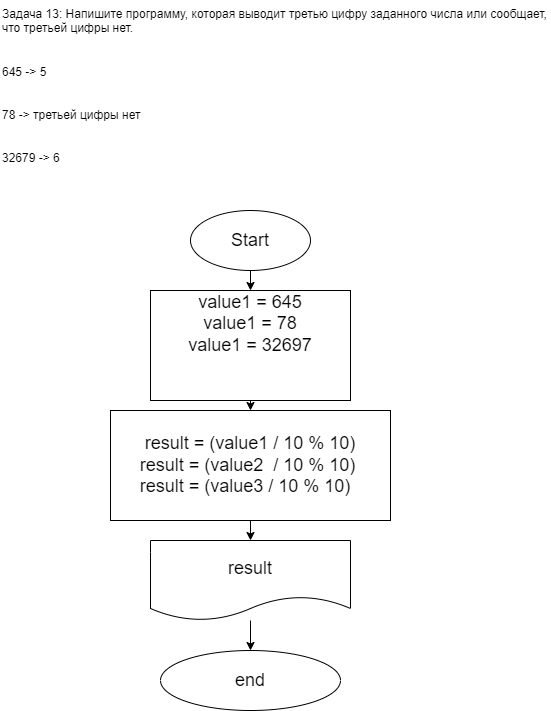
Above: HomeWork02/Ex02/Ex02.drawio.png in NeoAdd/TestRepo13072022 (draw.io), before the change. Source tidied: cells renumbered, new cells last; positions are measured from the earlier drawing's top-left corner, leaving out a move shared by most shapes. Its diagram source:
```xml
<mxGraphModel>
  <root>
    <mxCell id="0" />
    <mxCell id="1" parent="0" />
    <mxCell id="2" value="Задача 13: Напишите программу, которая выводит третью цифру заданного числа или сообщает, что третьей цифры нет.&#10;&#10;&#10;645 -&gt; 5&#10;&#10;&#10;78 -&gt; третьей цифры нет&#10;&#10;&#10;32679 -&gt; 6" style="text;whiteSpace=wrap;html=1;" parent="1" vertex="1">
      <mxGeometry width="550" height="170" as="geometry" />
    </mxCell>
    <mxCell id="3" style="edgeStyle=none;html=1;fontSize=18;" parent="1" edge="1" source="4" target="6">
      <mxGeometry relative="1" as="geometry" />
    </mxCell>
    <mxCell id="4" value="Start" style="ellipse;whiteSpace=wrap;html=1;fontSize=18;" parent="1" vertex="1">
      <mxGeometry x="190" y="210" width="120" height="60" as="geometry" />
    </mxCell>
    <mxCell id="5" style="edgeStyle=none;html=1;fontSize=18;" parent="1" edge="1" source="6" target="8">
      <mxGeometry relative="1" as="geometry" />
    </mxCell>
    <mxCell id="6" value="value1 = 645&lt;br&gt;value1 = 78&lt;br&gt;value1 = 32697&lt;span style=&quot;color: rgba(0 , 0 , 0 , 0) ; font-family: monospace ; font-size: 0px&quot;&gt;odel%3E%3Croot%3E%3CmxCell%20id%3D%220%22%2F%3E%3CmxCell%20id%3D%221%22%20parent%3D%220%22%2F%3E%3CmxCell%20id%3D%222%22%20value%3D%22%22%20style%3D%22edgeStyle%3Dnone%3Bhtml%3D1%3BfontSize%3D18%3B%22%20edge%3D%221%22%20source%3D%223%22%20target%3D%225%22%20parent%3D%221%22%3E%3CmxGeometry%20relative%3D%221%22%20as%3D%22geometry%22%2F%3E%3C%2FmxCell%3E%3CmxCell%20id%3D%223%22%20value%3D%22Start%22%20style%3D%22ellipse%3BwhiteSpace%3Dwrap%3Bhtml%3D1%3BfontSize%3D18%3B%22%20vertex%3D%221%22%20parent%3D%221%22%3E%3CmxGeometry%20x%3D%22140%22%20y%3D%2210%22%20width%3D%22120%22%20height%3D%2260%22%20as%3D%22geometry%22%2F%3E%3C%2FmxCell%3E%3CmxCell%20id%3D%224%22%20value%3D%22%22%20style%3D%22edgeStyle%3Dnone%3Bhtml%3D1%3BfontSize%3D18%3B%22%20edge%3D%221%22%20source%3D%225%22%20target%3D%227%22%20parent%3D%221%22%3E%3CmxGeometry%20relative%3D%221%22%20as%3D%22geometry%22%2F%3E%3C%2FmxCell%3E%3CmxCell%20id%3D%225%22%20value%3D%22value%20%3D%2010%22%20style%3D%22whiteSpace%3Dwrap%3Bhtml%3D1%3BfontSize%3D18%3B%22%20vertex%3D%221%22%20parent%3D%221%22%3E%3CmxGeometry%20x%3D%22100%22%20y%3D%2290%22%20width%3D%22200%22%20height%3D%2240%22%20as%3D%22geometry%22%2F%3E%3C%2FmxCell%3E%3CmxCell%20id%3D%226%22%20value%3D%22%22%20style%3D%22edgeStyle%3Dnone%3Bhtml%3D1%3BfontSize%3D18%3B%22%20edge%3D%221%22%20source%3D%227%22%20target%3D%229%22%20parent%3D%221%22%3E%3CmxGeometry%20relative%3D%221%22%20as%3D%22geometry%22%2F%3E%3C%2FmxCell%3E%3CmxCell%20id%3D%227%22%20value%3D%22result%20%3D%26lt%3Bbr%26gt%3Bvalue%20*%20value%26amp%3Bnbsp%3B%22%20style%3D%22whiteSpace%3Dwrap%3Bhtml%3D1%3BfontSize%3D18%3B%22%20vertex%3D%221%22%20parent%3D%221%22%3E%3CmxGeometry%20x%3D%22100%22%20y%3D%22150%22%20width%3D%22200%22%20height%3D%2260%22%20as%3D%22geometry%22%2F%3E%3C%2FmxCell%3E%3CmxCell%20id%3D%228%22%20value%3D%22%22%20style%3D%22edgeStyle%3Dnone%3Bhtml%3D1%3BfontSize%3D18%3B%22%20edge%3D%221%22%20source%3D%229%22%20target%3D%2210%22%20parent%3D%221%22%3E%3CmxGeometry%20relative%3D%221%22%20as%3D%22geometry%22%2F%3E%3C%2FmxCell%3E%3CmxCell%20id%3D%229%22%20value%3D%22result%22%20style%3D%22shape%3Ddocument%3BwhiteSpace%3Dwrap%3Bhtml%3D1%3BboundedLbl%3D1%3BfontSize%3D18%3B%22%20vertex%3D%221%22%20parent%3D%221%22%3E%3CmxGeometry%20x%3D%22100%22%20y%3D%22230%22%20width%3D%22200%22%20height%3D%2280%22%20as%3D%22geometry%22%2F%3E%3C%2FmxCell%3E%3CmxCell%20id%3D%2210%22%20value%3D%22end%22%20style%3D%22ellipse%3BwhiteSpace%3Dwrap%3Bhtml%3D1%3BfontSize%3D18%3B%22%20vertex%3D%221%22%20parent%3D%221%22%3E%3CmxGeometry%20x%3D%22110%22%20y%3D%22340%22%20width%3D%22180%22%20height%3D%2260%22%20as%3D%22geometry%22%2F%3E%3C%2FmxCell%3E%3C%2Froot%3E%3C%2FmxGraphModel%3E&lt;/span&gt;&lt;br&gt;&lt;span style=&quot;color: rgba(0 , 0 , 0 , 0) ; font-family: monospace ; font-size: 0px&quot;&gt;%3CmxGraphModel%3E%3Croot%3E%3CmxCell%20id%3D%220%22%2F%3E%3CmxCell%20id%3D%221%22%20parent%3D%220%22%2F%3E%3CmxCell%20id%3D%222%22%20value%3D%22%22%20style%3D%22edgeStyle%3Dnone%3Bhtml%3D1%3BfontSize%3D18%3B%22%20edge%3D%221%22%20source%3D%223%22%20target%3D%225%22%20parent%3D%221%22%3E%3CmxGeometry%20relative%3D%221%22%20as%3D%22geometry%22%2F%3E%3C%2FmxCell%3E%3CmxCell%20id%3D%223%22%20value%3D%22Start%22%20style%3D%22ellipse%3BwhiteSpace%3Dwrap%3Bhtml%3D1%3BfontSize%3D18%3B%22%20vertex%3D%221%22%20parent%3D%221%22%3E%3CmxGeometry%20x%3D%22140%22%20y%3D%2210%22%20width%3D%22120%22%20height%3D%2260%22%20as%3D%22geometry%22%2F%3E%3C%2FmxCell%3E%3CmxCell%20id%3D%224%22%20value%3D%22%22%20style%3D%22edgeStyle%3Dnone%3Bhtml%3D1%3BfontSize%3D18%3B%22%20edge%3D%221%22%20source%3D%225%22%20target%3D%227%22%20parent%3D%221%22%3E%3CmxGeometry%20relative%3D%221%22%20as%3D%22geometry%22%2F%3E%3C%2FmxCell%3E%3CmxCell%20id%3D%225%22%20value%3D%22value%20%3D%2010%22%20style%3D%22whiteSpace%3Dwrap%3Bhtml%3D1%3BfontSize%3D18%3B%22%20vertex%3D%221%22%20parent%3D%221%22%3E%3CmxGeometry%20x%3D%22100%22%20y%3D%2290%22%20width%3D%22200%22%20height%3D%2240%22%20as%3D%22geometry%22%2F%3E%3C%2FmxCell%3E%3CmxCell%20id%3D%226%22%20value%3D%22%22%20style%3D%22edgeStyle%3Dnone%3Bhtml%3D1%3BfontSize%3D18%3B%22%20edge%3D%221%22%20source%3D%227%22%20target%3D%229%22%20parent%3D%221%22%3E%3CmxGeometry%20relative%3D%221%22%20as%3D%22geometry%22%2F%3E%3C%2FmxCell%3E%3CmxCell%20id%3D%227%22%20value%3D%22result%20%3D%26lt%3Bbr%26gt%3Bvalue%20*%20value%26amp%3Bnbsp%3B%22%20style%3D%22whiteSpace%3Dwrap%3Bhtml%3D1%3BfontSize%3D18%3B%22%20vertex%3D%221%22%20parent%3D%221%22%3E%3CmxGeometry%20x%3D%22100%22%20y%3D%22150%22%20width%3D%22200%22%20height%3D%2260%22%20as%3D%22geometry%22%2F%3E%3C%2FmxCell%3E%3CmxCell%20id%3D%228%22%20value%3D%22%22%20style%3D%22edgeStyle%3Dnone%3Bhtml%3D1%3BfontSize%3D18%3B%22%20edge%3D%221%22%20source%3D%229%22%20target%3D%2210%22%20parent%3D%221%22%3E%3CmxGeometry%20relative%3D%221%22%20as%3D%22geometry%22%2F%3E%3C%2FmxCell%3E%3CmxCell%20id%3D%229%22%20value%3D%22result%22%20style%3D%22shape%3Ddocument%3BwhiteSpace%3Dwrap%3Bhtml%3D1%3BboundedLbl%3D1%3BfontSize%3D18%3B%22%20vertex%3D%221%22%20parent%3D%221%22%3E%3CmxGeometry%20x%3D%22100%22%20y%3D%22230%22%20width%3D%22200%22%20height%3D%2280%22%20as%3D%22geometry%22%2F%3E%3C%2FmxCell%3E%3CmxCell%20id%3D%2210%22%20value%3D%22end%22%20style%3D%22ellipse%3BwhiteSpace%3Dwrap%3Bhtml%3D1%3BfontSize%3D18%3B%22%20vertex%3D%221%22%20parent%3D%221%22%3E%3CmxGeometry%20x%3D%22110%22%20y%3D%22340%22%20width%3D%22180%22%20height%3D%2260%22%20as%3D%22geometry%22%2F%3E%3C%2FmxCell%3E%3C%2Froot%3E%3C%2FmxGraphModel%3E&lt;/span&gt;&lt;br&gt;&lt;span style=&quot;color: rgba(0 , 0 , 0 , 0) ; font-family: monospace ; font-size: 0px&quot;&gt;%3CmxGraphModel%3E%3Croot%3E%3CmxCell%20id%3D%220%22%2F%3E%3CmxCell%20id%3D%221%22%20parent%3D%220%22%2F%3E%3CmxCell%20id%3D%222%22%20value%3D%22%22%20style%3D%22edgeStyle%3Dnone%3Bhtml%3D1%3BfontSize%3D18%3B%22%20edge%3D%221%22%20source%3D%223%22%20target%3D%225%22%20parent%3D%221%22%3E%3CmxGeometry%20relative%3D%221%22%20as%3D%22geometry%22%2F%3E%3C%2FmxCell%3E%3CmxCell%20id%3D%223%22%20value%3D%22Start%22%20style%3D%22ellipse%3BwhiteSpace%3Dwrap%3Bhtml%3D1%3BfontSize%3D18%3B%22%20vertex%3D%221%22%20parent%3D%221%22%3E%3CmxGeometry%20x%3D%22140%22%20y%3D%2210%22%20width%3D%22120%22%20height%3D%2260%22%20as%3D%22geometry%22%2F%3E%3C%2FmxCell%3E%3CmxCell%20id%3D%224%22%20value%3D%22%22%20style%3D%22edgeStyle%3Dnone%3Bhtml%3D1%3BfontSize%3D18%3B%22%20edge%3D%221%22%20source%3D%225%22%20target%3D%227%22%20parent%3D%221%22%3E%3CmxGeometry%20relative%3D%221%22%20as%3D%22geometry%22%2F%3E%3C%2FmxCell%3E%3CmxCell%20id%3D%225%22%20value%3D%22value%20%3D%2010%22%20style%3D%22whiteSpace%3Dwrap%3Bhtml%3D1%3BfontSize%3D18%3B%22%20vertex%3D%221%22%20parent%3D%221%22%3E%3CmxGeometry%20x%3D%22100%22%20y%3D%2290%22%20width%3D%22200%22%20height%3D%2240%22%20as%3D%22geometry%22%2F%3E%3C%2FmxCell%3E%3CmxCell%20id%3D%226%22%20value%3D%22%22%20style%3D%22edgeStyle%3Dnone%3Bhtml%3D1%3BfontSize%3D18%3B%22%20edge%3D%221%22%20source%3D%227%22%20target%3D%229%22%20parent%3D%221%22%3E%3CmxGeometry%20relative%3D%221%22%20as%3D%22geometry%22%2F%3E%3C%2FmxCell%3E%3CmxCell%20id%3D%227%22%20value%3D%22result%20%3D%26lt%3Bbr%26gt%3Bvalue%20*%20value%26amp%3Bnbsp%3B%22%20style%3D%22whiteSpace%3Dwrap%3Bhtml%3D1%3BfontSize%3D18%3B%22%20vertex%3D%221%22%20parent%3D%221%22%3E%3CmxGeometry%20x%3D%22100%22%20y%3D%22150%22%20width%3D%22200%22%20height%3D%2260%22%20as%3D%22geometry%22%2F%3E%3C%2FmxCell%3E%3CmxCell%20id%3D%228%22%20value%3D%22%22%20style%3D%22edgeStyle%3Dnone%3Bhtml%3D1%3BfontSize%3D18%3B%22%20edge%3D%221%22%20source%3D%229%22%20target%3D%2210%22%20parent%3D%221%22%3E%3CmxGeometry%20relative%3D%221%22%20as%3D%22geometry%22%2F%3E%3C%2FmxCell%3E%3CmxCell%20id%3D%229%22%20value%3D%22result%22%20style%3D%22shape%3Ddocument%3BwhiteSpace%3Dwrap%3Bhtml%3D1%3BboundedLbl%3D1%3BfontSize%3D18%3B%22%20vertex%3D%221%22%20parent%3D%221%22%3E%3CmxGeometry%20x%3D%22100%22%20y%3D%22230%22%20width%3D%22200%22%20height%3D%2280%22%20as%3D%22geometry%22%2F%3E%3C%2FmxCell%3E%3CmxCell%20id%3D%2210%22%20value%3D%22end%22%20style%3D%22ellipse%3BwhiteSpace%3Dwrap%3Bhtml%3D1%3BfontSize%3D18%3B%22%20vertex%3D%221%22%20parent%3D%221%22%3E%3CmxGeometry%20x%3D%22110%22%20y%3D%22340%22%20width%3D%22180%22%20height%3D%2260%22%20as%3D%22geometry%22%2F%3E%3C%2FmxCell%3E%3C%2Froot%3E%3C%2FmxGraphModel%3E&lt;/span&gt;" style="whiteSpace=wrap;html=1;fontSize=18;" parent="1" vertex="1">
      <mxGeometry x="150" y="290" width="200" height="110" as="geometry" />
    </mxCell>
    <mxCell id="7" style="edgeStyle=none;html=1;fontSize=18;" parent="1" edge="1" source="8" target="10">
      <mxGeometry relative="1" as="geometry" />
    </mxCell>
    <mxCell id="8" value="result = (value1 / 10 % 10)&lt;br&gt;result = (value2&amp;nbsp; / 10 % 10)&amp;nbsp;&lt;br&gt;result = (value3 / 10 % 10)&amp;nbsp;&amp;nbsp;" style="whiteSpace=wrap;html=1;fontSize=18;" parent="1" vertex="1">
      <mxGeometry x="110" y="410" width="280" height="110" as="geometry" />
    </mxCell>
    <mxCell id="9" style="edgeStyle=none;html=1;fontSize=18;" parent="1" edge="1" source="10" target="11">
      <mxGeometry relative="1" as="geometry" />
    </mxCell>
    <mxCell id="10" value="result" style="shape=document;whiteSpace=wrap;html=1;boundedLbl=1;fontSize=18;" parent="1" vertex="1">
      <mxGeometry x="150" y="540" width="200" height="80" as="geometry" />
    </mxCell>
    <mxCell id="11" value="end" style="ellipse;whiteSpace=wrap;html=1;fontSize=18;" parent="1" vertex="1">
      <mxGeometry x="160" y="650" width="180" height="60" as="geometry" />
    </mxCell>
  </root>
</mxGraphModel>
```
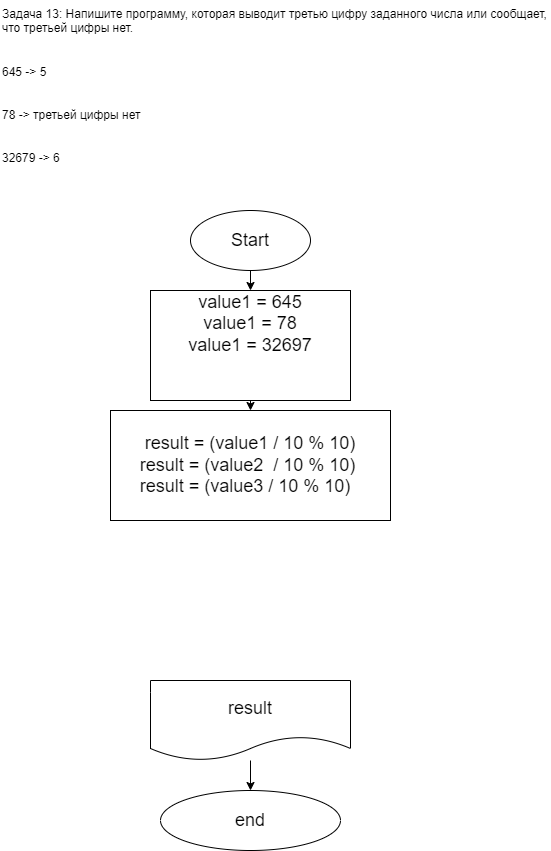
After the commit.

Diff of the diagram source:
```diff
@@ -17,9 +17,6 @@
     <mxCell id="6" value="value1 = 645&lt;br&gt;value1 = 78&lt;br&gt;value1 = 32697&lt;span style=&quot;color: rgba(0 , 0 , 0 , 0) ; font-family: monospace ; font-size: 0px&quot;&gt;odel%3E%3Croot%3E%3CmxCell%20id%3D%220%22%2F%3E%3CmxCell%20id%3D%221%22%20parent%3D%220%22%2F%3E%3CmxCell%20id%3D%222%22%20value%3D%22%22%20style%3D%22edgeStyle%3Dnone%3Bhtml%3D1%3BfontSize%3D18%3B%22%20edge%3D%221%22%20source%3D%223%22%20target%3D%225%22%20parent%3D%221%22%3E%3CmxGeometry%20relative%3D%221%22%20as%3D%22geometry%22%2F%3E%3C%2FmxCell%3E%3CmxCell%20id%3D%223%22%20value%3D%22Start%22%20style%3D%22ellipse%3BwhiteSpace%3Dwrap%3Bhtml%3D1%3BfontSize%3D18%3B%22%20vertex%3D%221%22%20parent%3D%221%22%3E%3CmxGeometry%20x%3D%22140%22%20y%3D%2210%22%20width%3D%22120%22%20height%3D%2260%22%20as%3D%22geometry%22%2F%3E%3C%2FmxCell%3E%3CmxCell%20id%3D%224%22%20value%3D%22%22%20style%3D%22edgeStyle%3Dnone%3Bhtml%3D1%3BfontSize%3D18%3B%22%20edge%3D%221%22%20source%3D%225%22%20target%3D%227%22%20parent%3D%221%22%3E%3CmxGeometry%20relative%3D%221%22%20as%3D%22geometry%22%2F%3E%3C%2FmxCell%3E%3CmxCell%20id%3D%225%22%20value%3D%22value%20%3D%2010%22%20style%3D%22whiteSpace%3Dwrap%3Bhtml%3D1%3BfontSize%3D18%3B%22%20vertex%3D%221%22%20parent%3D%221%22%3E%3CmxGeometry%20x%3D%22100%22%20y%3D%2290%22%20width%3D%22200%22%20height%3D%2240%22%20as%3D%22geometry%22%2F%3E%3C%2FmxCell%3E%3CmxCell%20id%3D%226%22%20value%3D%22%22%20style%3D%22edgeStyle%3Dnone%3Bhtml%3D1%3BfontSize%3D18%3B%22%20edge%3D%221%22%20source%3D%227%22%20target%3D%229%22%20parent%3D%221%22%3E%3CmxGeometry%20relative%3D%221%22%20as%3D%22geometry%22%2F%3E%3C%2FmxCell%3E%3CmxCell%20id%3D%227%22%20value%3D%22result%20%3D%26lt%3Bbr%26gt%3Bvalue%20*%20value%26amp%3Bnbsp%3B%22%20style%3D%22whiteSpace%3Dwrap%3Bhtml%3D1%3BfontSize%3D18%3B%22%20vertex%3D%221%22%20parent%3D%221%22%3E%3CmxGeometry%20x%3D%22100%22%20y%3D%22150%22%20width%3D%22200%22%20height%3D%2260%22%20as%3D%22geometry%22%2F%3E%3C%2FmxCell%3E%3CmxCell%20id%3D%228%22%20value%3D%22%22%20style%3D%22edgeStyle%3Dnone%3Bhtml%3D1%3BfontSize%3D18%3B%22%20edge%3D%221%22%20source%3D%229%22%20target%3D%2210%22%20parent%3D%221%22%3E%3CmxGeometry%20relative%3D%221%22%20as%3D%22geometry%22%2F%3E%3C%2FmxCell%3E%3CmxCell%20id%3D%229%22%20value%3D%22result%22%20style%3D%22shape%3Ddocument%3BwhiteSpace%3Dwrap%3Bhtml%3D1%3BboundedLbl%3D1%3BfontSize%3D18%3B%22%20vertex%3D%221%22%20parent%3D%221%22%3E%3CmxGeometry%20x%3D%22100%22%20y%3D%22230%22%20width%3D%22200%22%20height%3D%2280%22%20as%3D%22geometry%22%2F%3E%3C%2FmxCell%3E%3CmxCell%20id%3D%2210%22%20value%3D%22end%22%20style%3D%22ellipse%3BwhiteSpace%3Dwrap%3Bhtml%3D1%3BfontSize%3D18%3B%22%20vertex%3D%221%22%20parent%3D%221%22%3E%3CmxGeometry%20x%3D%22110%22%20y%3D%22340%22%20width%3D%22180%22%20height%3D%2260%22%20as%3D%22geometry%22%2F%3E%3C%2FmxCell%3E%3C%2Froot%3E%3C%2FmxGraphModel%3E&lt;/span&gt;&lt;br&gt;&lt;span style=&quot;color: rgba(0 , 0 , 0 , 0) ; font-family: monospace ; font-size: 0px&quot;&gt;%3CmxGraphModel%3E%3Croot%3E%3CmxCell%20id%3D%220%22%2F%3E%3CmxCell%20id%3D%221%22%20parent%3D%220%22%2F%3E%3CmxCell%20id%3D%222%22%20value%3D%22%22%20style%3D%22edgeStyle%3Dnone%3Bhtml%3D1%3BfontSize%3D18%3B%22%20edge%3D%221%22%20source%3D%223%22%20target%3D%225%22%20parent%3D%221%22%3E%3CmxGeometry%20relative%3D%221%22%20as%3D%22geometry%22%2F%3E%3C%2FmxCell%3E%3CmxCell%20id%3D%223%22%20value%3D%22Start%22%20style%3D%22ellipse%3BwhiteSpace%3Dwrap%3Bhtml%3D1%3BfontSize%3D18%3B%22%20vertex%3D%221%22%20parent%3D%221%22%3E%3CmxGeometry%20x%3D%22140%22%20y%3D%2210%22%20width%3D%22120%22%20height%3D%2260%22%20as%3D%22geometry%22%2F%3E%3C%2FmxCell%3E%3CmxCell%20id%3D%224%22%20value%3D%22%22%20style%3D%22edgeStyle%3Dnone%3Bhtml%3D1%3BfontSize%3D18%3B%22%20edge%3D%221%22%20source%3D%225%22%20target%3D%227%22%20parent%3D%221%22%3E%3CmxGeometry%20relative%3D%221%22%20as%3D%22geometry%22%2F%3E%3C%2FmxCell%3E%3CmxCell%20id%3D%225%22%20value%3D%22value%20%3D%2010%22%20style%3D%22whiteSpace%3Dwrap%3Bhtml%3D1%3BfontSize%3D18%3B%22%20vertex%3D%221%22%20parent%3D%221%22%3E%3CmxGeometry%20x%3D%22100%22%20y%3D%2290%22%20width%3D%22200%22%20height%3D%2240%22%20as%3D%22geometry%22%2F%3E%3C%2FmxCell%3E%3CmxCell%20id%3D%226%22%20value%3D%22%22%20style%3D%22edgeStyle%3Dnone%3Bhtml%3D1%3BfontSize%3D18%3B%22%20edge%3D%221%22%20source%3D%227%22%20target%3D%229%22%20parent%3D%221%22%3E%3CmxGeometry%20relative%3D%221%22%20as%3D%22geometry%22%2F%3E%3C%2FmxCell%3E%3CmxCell%20id%3D%227%22%20value%3D%22result%20%3D%26lt%3Bbr%26gt%3Bvalue%20*%20value%26amp%3Bnbsp%3B%22%20style%3D%22whiteSpace%3Dwrap%3Bhtml%3D1%3BfontSize%3D18%3B%22%20vertex%3D%221%22%20parent%3D%221%22%3E%3CmxGeometry%20x%3D%22100%22%20y%3D%22150%22%20width%3D%22200%22%20height%3D%2260%22%20as%3D%22geometry%22%2F%3E%3C%2FmxCell%3E%3CmxCell%20id%3D%228%22%20value%3D%22%22%20style%3D%22edgeStyle%3Dnone%3Bhtml%3D1%3BfontSize%3D18%3B%22%20edge%3D%221%22%20source%3D%229%22%20target%3D%2210%22%20parent%3D%221%22%3E%3CmxGeometry%20relative%3D%221%22%20as%3D%22geometry%22%2F%3E%3C%2FmxCell%3E%3CmxCell%20id%3D%229%22%20value%3D%22result%22%20style%3D%22shape%3Ddocument%3BwhiteSpace%3Dwrap%3Bhtml%3D1%3BboundedLbl%3D1%3BfontSize%3D18%3B%22%20vertex%3D%221%22%20parent%3D%221%22%3E%3CmxGeometry%20x%3D%22100%22%20y%3D%22230%22%20width%3D%22200%22%20height%3D%2280%22%20as%3D%22geometry%22%2F%3E%3C%2FmxCell%3E%3CmxCell%20id%3D%2210%22%20value%3D%22end%22%20style%3D%22ellipse%3BwhiteSpace%3Dwrap%3Bhtml%3D1%3BfontSize%3D18%3B%22%20vertex%3D%221%22%20parent%3D%221%22%3E%3CmxGeometry%20x%3D%22110%22%20y%3D%22340%22%20width%3D%22180%22%20height%3D%2260%22%20as%3D%22geometry%22%2F%3E%3C%2FmxCell%3E%3C%2Froot%3E%3C%2FmxGraphModel%3E&lt;/span&gt;&lt;br&gt;&lt;span style=&quot;color: rgba(0 , 0 , 0 , 0) ; font-family: monospace ; font-size: 0px&quot;&gt;%3CmxGraphModel%3E%3Croot%3E%3CmxCell%20id%3D%220%22%2F%3E%3CmxCell%20id%3D%221%22%20parent%3D%220%22%2F%3E%3CmxCell%20id%3D%222%22%20value%3D%22%22%20style%3D%22edgeStyle%3Dnone%3Bhtml%3D1%3BfontSize%3D18%3B%22%20edge%3D%221%22%20source%3D%223%22%20target%3D%225%22%20parent%3D%221%22%3E%3CmxGeometry%20relative%3D%221%22%20as%3D%22geometry%22%2F%3E%3C%2FmxCell%3E%3CmxCell%20id%3D%223%22%20value%3D%22Start%22%20style%3D%22ellipse%3BwhiteSpace%3Dwrap%3Bhtml%3D1%3BfontSize%3D18%3B%22%20vertex%3D%221%22%20parent%3D%221%22%3E%3CmxGeometry%20x%3D%22140%22%20y%3D%2210%22%20width%3D%22120%22%20height%3D%2260%22%20as%3D%22geometry%22%2F%3E%3C%2FmxCell%3E%3CmxCell%20id%3D%224%22%20value%3D%22%22%20style%3D%22edgeStyle%3Dnone%3Bhtml%3D1%3BfontSize%3D18%3B%22%20edge%3D%221%22%20source%3D%225%22%20target%3D%227%22%20parent%3D%221%22%3E%3CmxGeometry%20relative%3D%221%22%20as%3D%22geometry%22%2F%3E%3C%2FmxCell%3E%3CmxCell%20id%3D%225%22%20value%3D%22value%20%3D%2010%22%20style%3D%22whiteSpace%3Dwrap%3Bhtml%3D1%3BfontSize%3D18%3B%22%20vertex%3D%221%22%20parent%3D%221%22%3E%3CmxGeometry%20x%3D%22100%22%20y%3D%2290%22%20width%3D%22200%22%20height%3D%2240%22%20as%3D%22geometry%22%2F%3E%3C%2FmxCell%3E%3CmxCell%20id%3D%226%22%20value%3D%22%22%20style%3D%22edgeStyle%3Dnone%3Bhtml%3D1%3BfontSize%3D18%3B%22%20edge%3D%221%22%20source%3D%227%22%20target%3D%229%22%20parent%3D%221%22%3E%3CmxGeometry%20relative%3D%221%22%20as%3D%22geometry%22%2F%3E%3C%2FmxCell%3E%3CmxCell%20id%3D%227%22%20value%3D%22result%20%3D%26lt%3Bbr%26gt%3Bvalue%20*%20value%26amp%3Bnbsp%3B%22%20style%3D%22whiteSpace%3Dwrap%3Bhtml%3D1%3BfontSize%3D18%3B%22%20vertex%3D%221%22%20parent%3D%221%22%3E%3CmxGeometry%20x%3D%22100%22%20y%3D%22150%22%20width%3D%22200%22%20height%3D%2260%22%20as%3D%22geometry%22%2F%3E%3C%2FmxCell%3E%3CmxCell%20id%3D%228%22%20value%3D%22%22%20style%3D%22edgeStyle%3Dnone%3Bhtml%3D1%3BfontSize%3D18%3B%22%20edge%3D%221%22%20source%3D%229%22%20target%3D%2210%22%20parent%3D%221%22%3E%3CmxGeometry%20relative%3D%221%22%20as%3D%22geometry%22%2F%3E%3C%2FmxCell%3E%3CmxCell%20id%3D%229%22%20value%3D%22result%22%20style%3D%22shape%3Ddocument%3BwhiteSpace%3Dwrap%3Bhtml%3D1%3BboundedLbl%3D1%3BfontSize%3D18%3B%22%20vertex%3D%221%22%20parent%3D%221%22%3E%3CmxGeometry%20x%3D%22100%22%20y%3D%22230%22%20width%3D%22200%22%20height%3D%2280%22%20as%3D%22geometry%22%2F%3E%3C%2FmxCell%3E%3CmxCell%20id%3D%2210%22%20value%3D%22end%22%20style%3D%22ellipse%3BwhiteSpace%3Dwrap%3Bhtml%3D1%3BfontSize%3D18%3B%22%20vertex%3D%221%22%20parent%3D%221%22%3E%3CmxGeometry%20x%3D%22110%22%20y%3D%22340%22%20width%3D%22180%22%20height%3D%2260%22%20as%3D%22geometry%22%2F%3E%3C%2FmxCell%3E%3C%2Froot%3E%3C%2FmxGraphModel%3E&lt;/span&gt;" style="whiteSpace=wrap;html=1;fontSize=18;" parent="1" vertex="1">
       <mxGeometry x="150" y="290" width="200" height="110" as="geometry" />
     </mxCell>
-    <mxCell id="7" style="edgeStyle=none;html=1;fontSize=18;" parent="1" edge="1" source="8" target="10">
-      <mxGeometry relative="1" as="geometry" />
-    </mxCell>
     <mxCell id="8" value="result = (value1 / 10 % 10)&lt;br&gt;result = (value2&amp;nbsp; / 10 % 10)&amp;nbsp;&lt;br&gt;result = (value3 / 10 % 10)&amp;nbsp;&amp;nbsp;" style="whiteSpace=wrap;html=1;fontSize=18;" parent="1" vertex="1">
       <mxGeometry x="110" y="410" width="280" height="110" as="geometry" />
     </mxCell>
@@ -27,10 +24,10 @@
       <mxGeometry relative="1" as="geometry" />
     </mxCell>
     <mxCell id="10" value="result" style="shape=document;whiteSpace=wrap;html=1;boundedLbl=1;fontSize=18;" parent="1" vertex="1">
-      <mxGeometry x="150" y="540" width="200" height="80" as="geometry" />
+      <mxGeometry x="150" y="680" width="200" height="80" as="geometry" />
     </mxCell>
     <mxCell id="11" value="end" style="ellipse;whiteSpace=wrap;html=1;fontSize=18;" parent="1" vertex="1">
-      <mxGeometry x="160" y="650" width="180" height="60" as="geometry" />
+      <mxGeometry x="160" y="790" width="180" height="60" as="geometry" />
     </mxCell>
   </root>
 </mxGraphModel>
```
